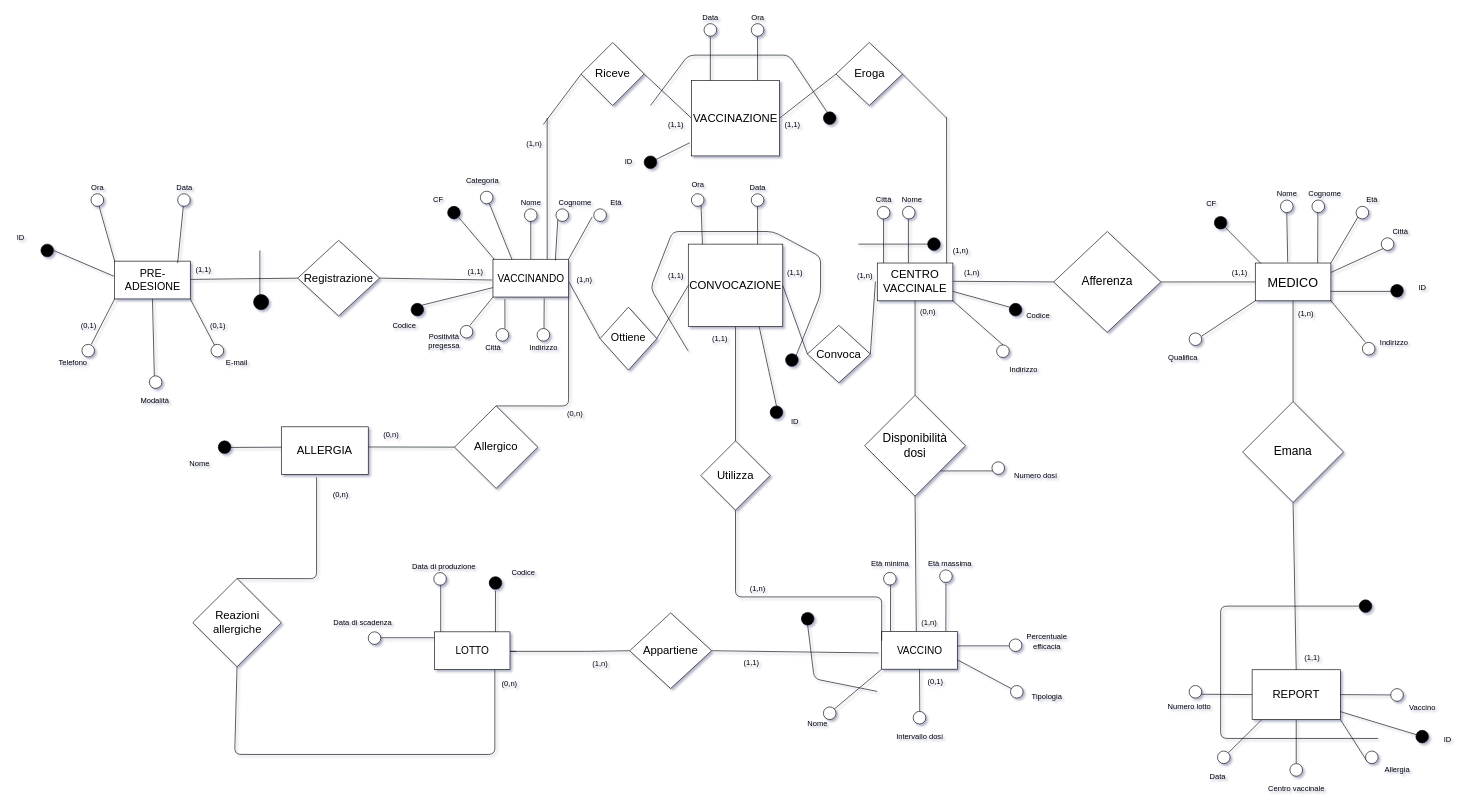
Above: page "ERristr" (1 of 2) of bd/Schema E/ERsenzagen.drawio in shaggyishere/VaccineDatabase (draw.io), before the change. Source tidied: cells renumbered, new cells numbered last; positions are measured from the earlier drawing's top-left corner, leaving out a move shared by most shapes. Both pictures are drawn from the tidied source at 63%, with x=0, y=0 at pixel (11, 11).
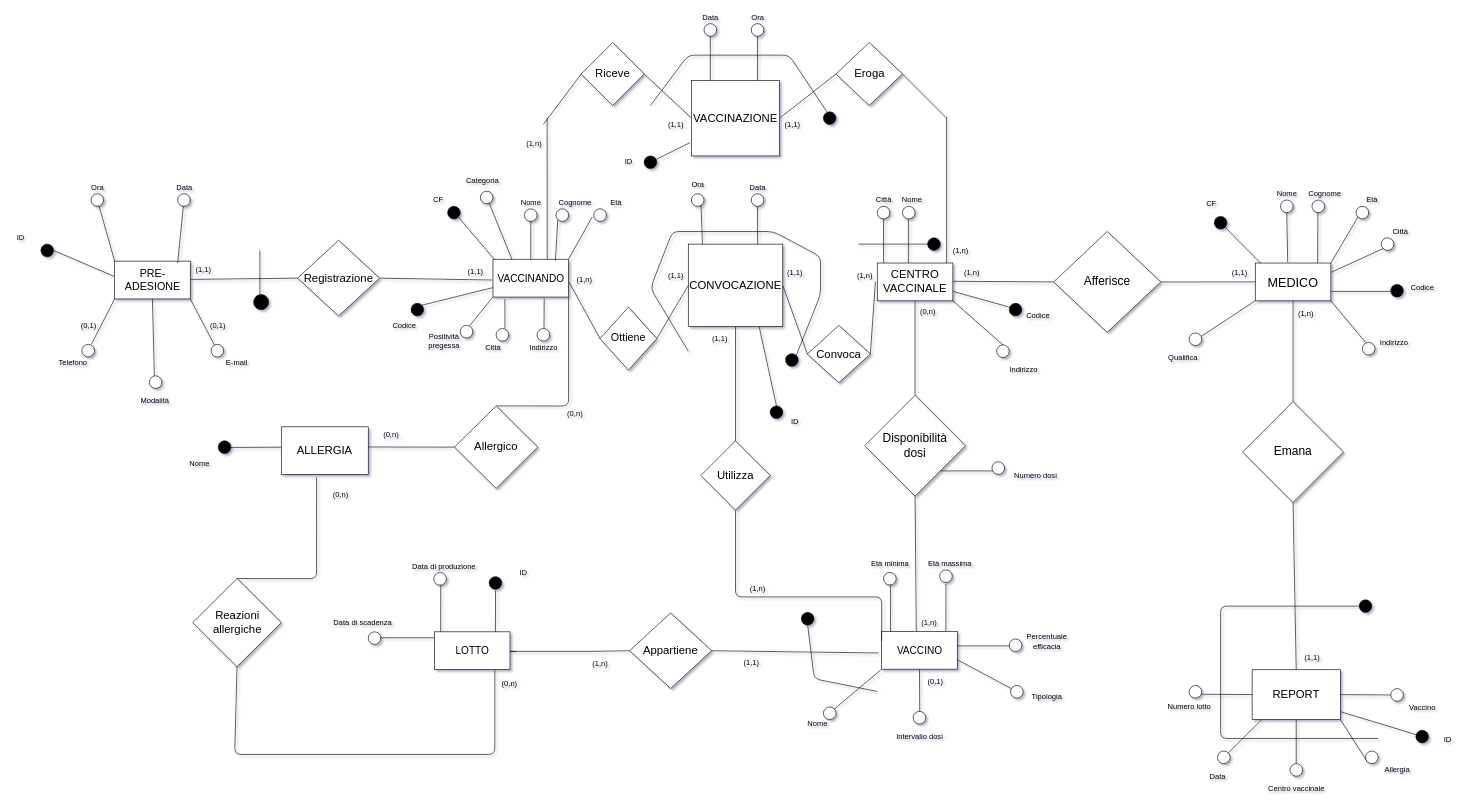
Above is the later version.

What changed in the source:
```diff
@@
-    <mxCell id="34" value="&lt;font style=&quot;font-size: 19px&quot;&gt;Afferenza&lt;/font&gt;" style="rhombus;whiteSpace=wrap;html=1;strokeWidth=1;fillColor=#FFFFFF;" parent="1" vertex="1">
+    <mxCell id="34" value="&lt;font style=&quot;font-size: 19px&quot;&gt;Afferisce&lt;/font&gt;" style="rhombus;whiteSpace=wrap;html=1;strokeWidth=1;fillColor=#FFFFFF;" parent="1" vertex="1">
       <mxGeometry x="1655" y="350" width="170" height="160" as="geometry" />
     </mxCell>
@@
-    <mxCell id="48" value="Codice" style="text;html=1;align=center;verticalAlign=middle;strokeColor=none;" parent="1" vertex="1">
-      <mxGeometry x="788" y="880.8" width="50" height="20" as="geometry" />
+    <mxCell id="48" value="ID" style="text;html=1;align=center;verticalAlign=middle;strokeColor=none;" parent="1" vertex="1">
+      <mxGeometry x="798" y="880.8" width="30" height="20" as="geometry" />
     </mxCell>
@@
-    <mxCell id="187" value="ID" style="text;html=1;align=center;verticalAlign=middle;strokeColor=none;" parent="1" vertex="1">
-      <mxGeometry x="2225" y="430" width="30" height="20" as="geometry" />
+    <mxCell id="187" value="Codice" style="text;html=1;align=center;verticalAlign=middle;strokeColor=none;" parent="1" vertex="1">
+      <mxGeometry x="2215" y="430" width="50" height="20" as="geometry" />
     </mxCell>
```
